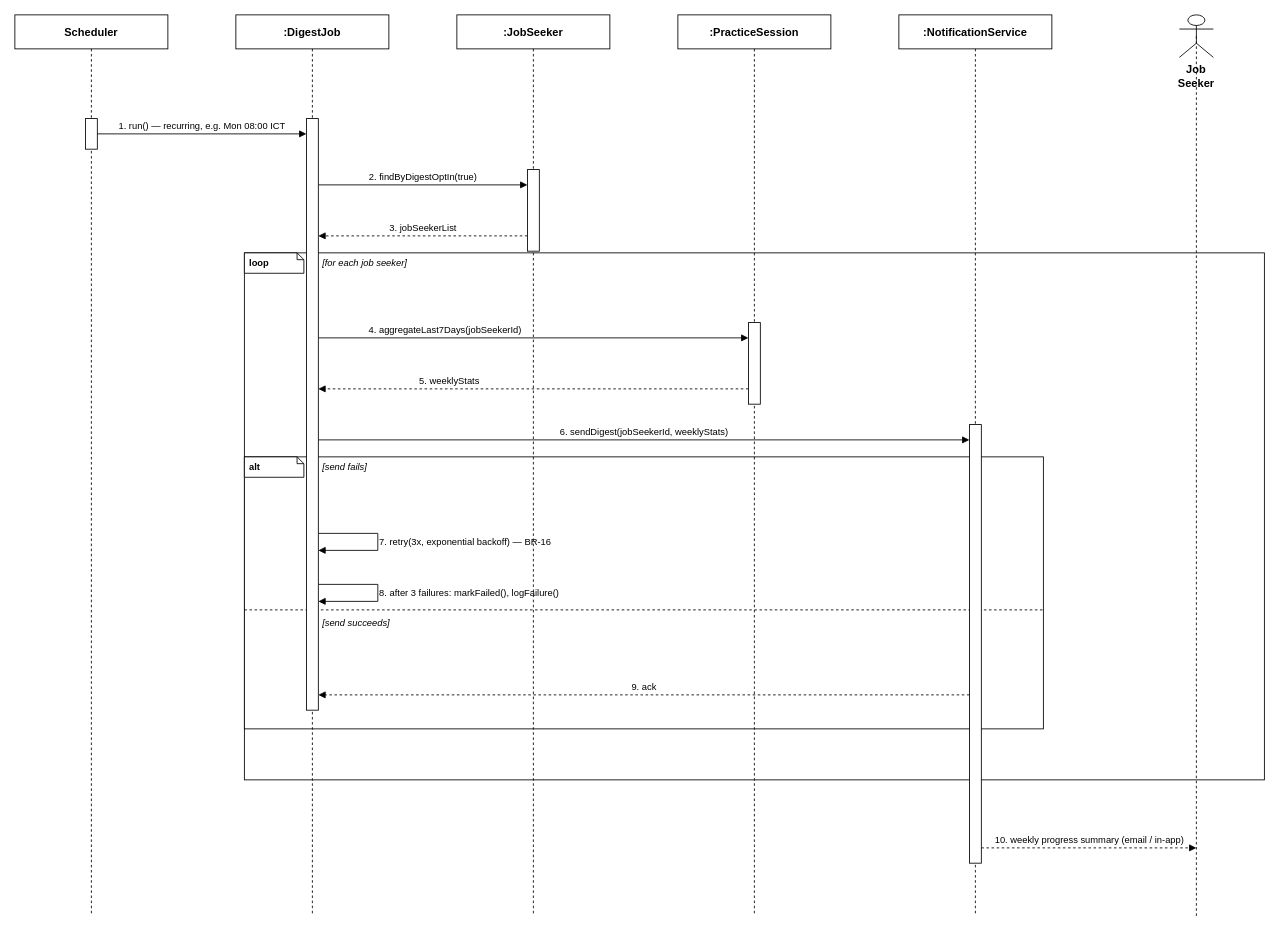
Above: docs/qa/sequence-diagrams/Report4_SequenceDiagram_Job Seeker_ExamBatchDigestNotifications.drawio in tulklk/AI_Interview_Question_Generation_RAG_LLM_FE (draw.io), before the change. Source tidied: cells renumbered, new cells numbered last; positions are measured from the earlier drawing's top-left corner, leaving out a move shared by most shapes. Both pictures are drawn from the tidied source at 85%, with x=0, y=0 at pixel (14, 14).
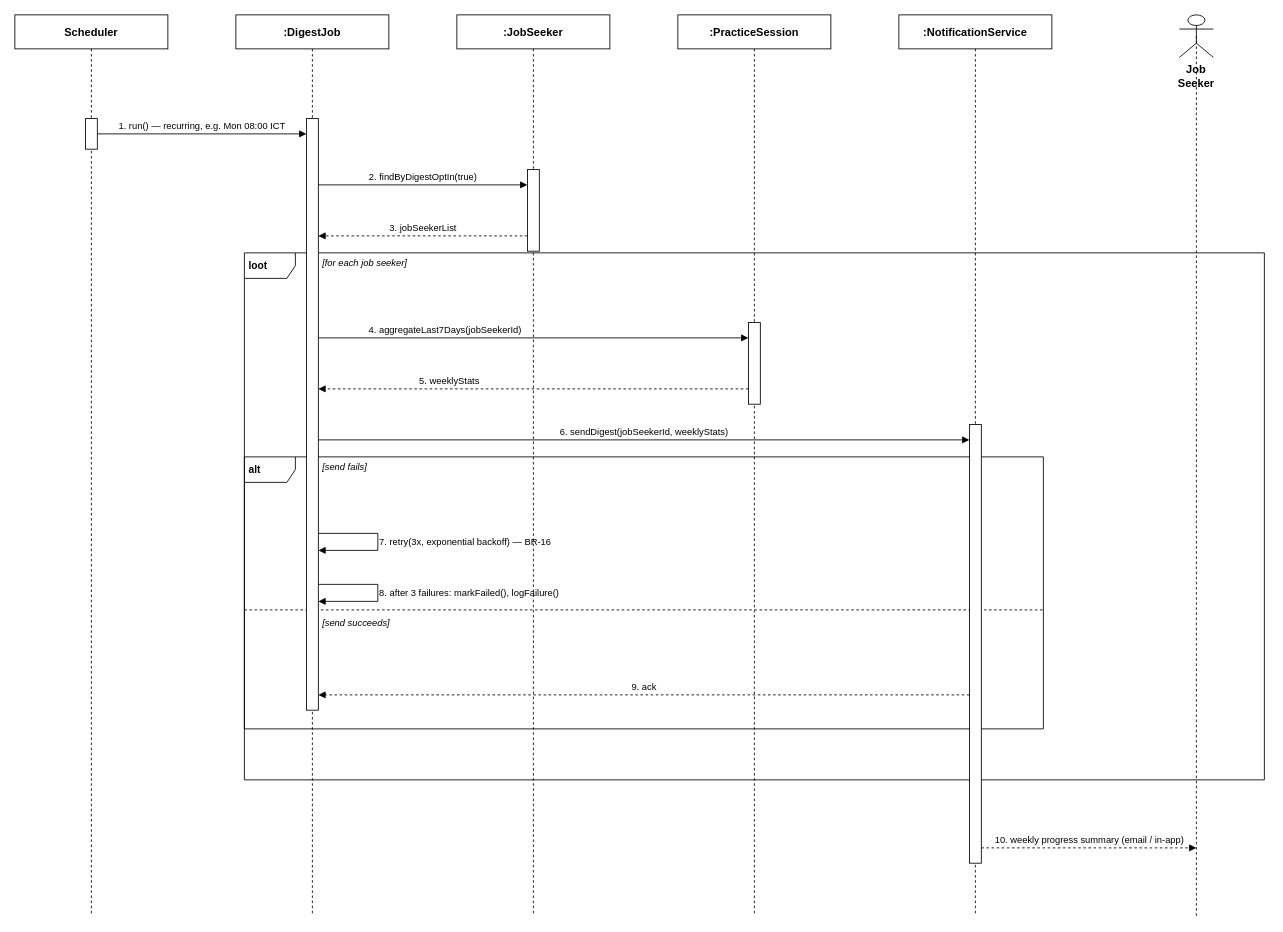
The same diagram, later.

What changed in the source:
```diff
@@
-    <mxCell id="2" style="rounded=0;whiteSpace=wrap;html=1;verticalAlign=top;" parent="1" vertex="1">
-      <mxGeometry x="270" y="280" width="1200" height="620" as="geometry" />
-    </mxCell>
+    <mxCell id="13" value="&lt;b&gt;&amp;nbsp;alt&lt;/b&gt;" style="shape=umlFrame;whiteSpace=wrap;html=1;align=left;" parent="1" vertex="1">
+      <mxGeometry x="270" y="520" width="940" height="320" as="geometry" />
+    </mxCell>
+    <mxCell id="37" value="&lt;b&gt;&amp;nbsp;loot&lt;/b&gt;" style="shape=umlFrame;whiteSpace=wrap;html=1;align=left;" parent="1" vertex="1">
+      <mxGeometry x="270" y="280" width="1200" height="620" as="geometry" />
+    </mxCell>
@@
-    <mxCell id="12" style="rounded=0;whiteSpace=wrap;html=1;verticalAlign=top;" parent="1" vertex="1">
-      <mxGeometry x="270" y="520" width="940" height="320" as="geometry" />
-    </mxCell>
-    <mxCell id="13" value="alt" style="shape=note;whiteSpace=wrap;html=1;fontStyle=1;fontSize=11;align=left;spacingLeft=4;size=8;" parent="1" vertex="1">
-      <mxGeometry x="270" y="520" width="70" height="24" as="geometry" />
-    </mxCell>
@@
-    <mxCell id="17" value="loop" style="shape=note;whiteSpace=wrap;html=1;fontStyle=1;fontSize=11;align=left;spacingLeft=4;size=8;" parent="1" vertex="1">
-      <mxGeometry x="270" y="280" width="70" height="24" as="geometry" />
-    </mxCell>
```
